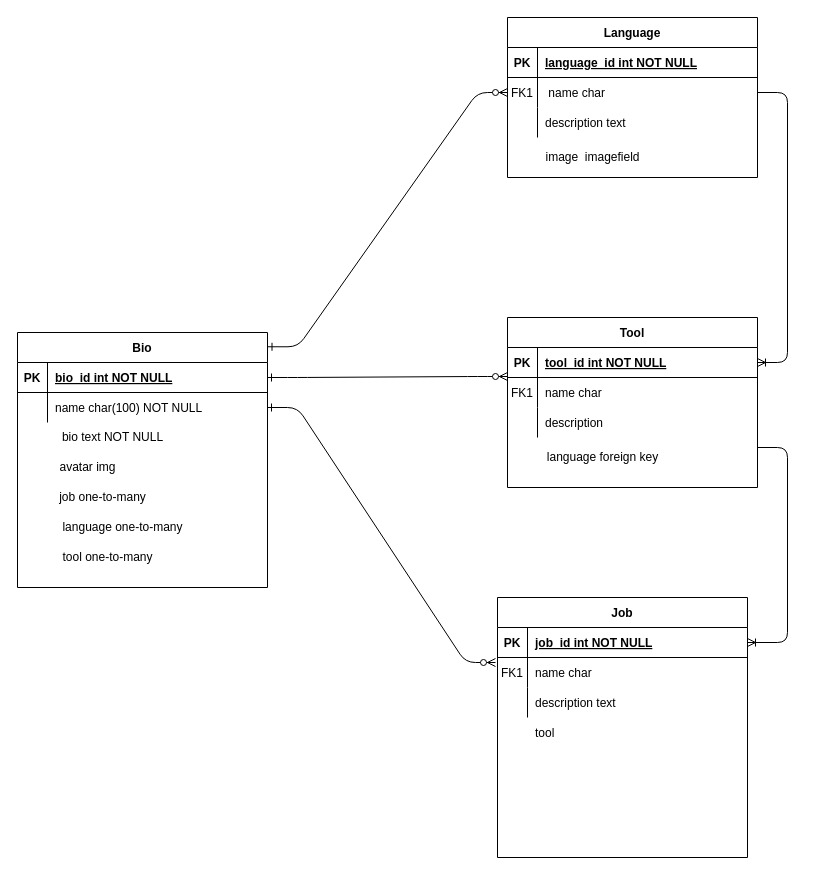
BrunoTerres/portfolio keeps this draw.io diagram as Untitled Diagram.drawio. Above is the earlier version. Source tidied: cells renumbered, new cells numbered last; positions are measured from the earlier drawing's top-left corner, leaving out a move shared by most shapes. Both pictures are drawn from the tidied source at 100%, with x=0, y=0 at pixel (17, 17).
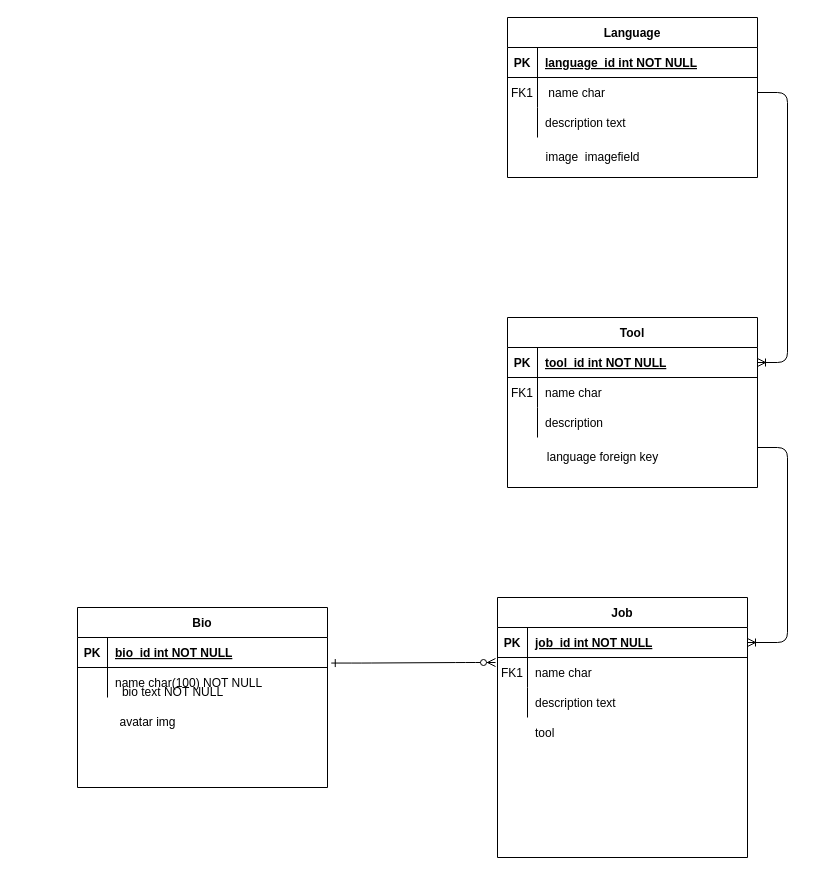
Above is the later version.

The change refers to these unchanged cells:
```xml
<mxCell id="17" style="shape=partialRectangle;fillColor=none;points=[[0,0.5],[1,0.5]];portConstraint=eastwest;top=0;left=0;right=0;bottom=0;" parent="13" vertex="1">
  <mxGeometry y="60" width="250" height="30" as="geometry" />
</mxCell>
<mxCell id="24" style="shape=partialRectangle;fillColor=none;points=[[0,0.5],[1,0.5]];portConstraint=eastwest;top=0;left=0;right=0;bottom=1;" parent="23" vertex="1">
  <mxGeometry y="30" width="250" height="30" as="geometry" />
</mxCell>
<mxCell id="27" style="shape=partialRectangle;fillColor=none;points=[[0,0.5],[1,0.5]];portConstraint=eastwest;top=0;left=0;right=0;bottom=0;" parent="23" vertex="1">
  <mxGeometry y="60" width="250" height="30" as="geometry" />
</mxCell>
<mxCell id="34" style="shape=partialRectangle;fillColor=none;points=[[0,0.5],[1,0.5]];portConstraint=eastwest;top=0;left=0;right=0;bottom=0;" parent="30" vertex="1">
  <mxGeometry y="60" width="250" height="30" as="geometry" />
</mxCell>
```

The edit, as a diff of the source:
```diff
@@
-    <mxCell id="2" style="edgeStyle=entityRelationEdgeStyle;endArrow=ERzeroToMany;startArrow=ERone;endFill=1;startFill=0;entryX=-0.008;entryY=0.167;entryDx=0;entryDy=0;entryPerimeter=0;exitX=1;exitY=0.5;exitDx=0;exitDy=0;" parent="1" edge="1" source="27" target="17">
+    <mxCell id="2" style="edgeStyle=entityRelationEdgeStyle;endArrow=ERzeroToMany;startArrow=ERone;endFill=1;startFill=0;entryX=-0.008;entryY=0.167;entryDx=0;entryDy=0;entryPerimeter=0;exitX=1.015;exitY=-0.148;exitDx=0;exitDy=0;exitPerimeter=0;" parent="1" edge="1" source="27" target="17">
       <mxGeometry relative="1" as="geometry" />
     </mxCell>
@@
     <mxCell id="23" value="Bio" style="shape=table;startSize=30;childLayout=tableLayout;rowLines=0;fontStyle=1;align=center;" parent="1" vertex="1">
-      <mxGeometry y="315" width="250" height="255" as="geometry" />
+      <mxGeometry x="60" y="590" width="250" height="180" as="geometry" />
     </mxCell>
@@
-    <mxCell id="40" style="edgeStyle=entityRelationEdgeStyle;endArrow=ERzeroToMany;startArrow=ERone;endFill=1;startFill=0;" parent="1" edge="1" source="24">
-      <mxGeometry relative="1" as="geometry">
-        <mxPoint x="490" y="359" as="targetPoint" />
-      </mxGeometry>
-    </mxCell>
-    <mxCell id="41" style="edgeStyle=entityRelationEdgeStyle;endArrow=ERzeroToMany;startArrow=ERone;endFill=1;startFill=0;entryX=0;entryY=0.5;entryDx=0;entryDy=0;exitX=1.002;exitY=0.056;exitDx=0;exitDy=0;exitPerimeter=0;" parent="1" edge="1" source="23" target="34">
-      <mxGeometry relative="1" as="geometry" />
-    </mxCell>
     <mxCell id="42" value="&lt;div&gt;bio text NOT NULL&lt;/div&gt;" style="text;html=1;align=center;verticalAlign=middle;" parent="1" vertex="1">
-      <mxGeometry x="35" y="410" width="120" height="20" as="geometry" />
+      <mxGeometry x="95" y="665" width="120" height="20" as="geometry" />
     </mxCell>
     <mxCell id="43" value="avatar img" style="text;html=1;align=center;verticalAlign=middle;" parent="1" vertex="1">
-      <mxGeometry x="35" y="440" width="70" height="20" as="geometry" />
+      <mxGeometry x="95" y="695" width="70" height="20" as="geometry" />
     </mxCell>
-    <mxCell id="44" value="&lt;div&gt;job one-to-many&lt;/div&gt;" style="text;html=1;align=center;verticalAlign=middle;" parent="1" vertex="1">
-      <mxGeometry x="35" y="470" width="100" height="20" as="geometry" />
-    </mxCell>
-    <mxCell id="45" value="language one-to-many" style="text;html=1;align=center;verticalAlign=middle;" parent="1" vertex="1">
-      <mxGeometry x="35" y="500" width="140" height="20" as="geometry" />
-    </mxCell>
-    <mxCell id="46" value="tool one-to-many" style="text;html=1;align=center;verticalAlign=middle;" parent="1" vertex="1">
-      <mxGeometry x="35" y="530" width="110" height="20" as="geometry" />
-    </mxCell>
```
